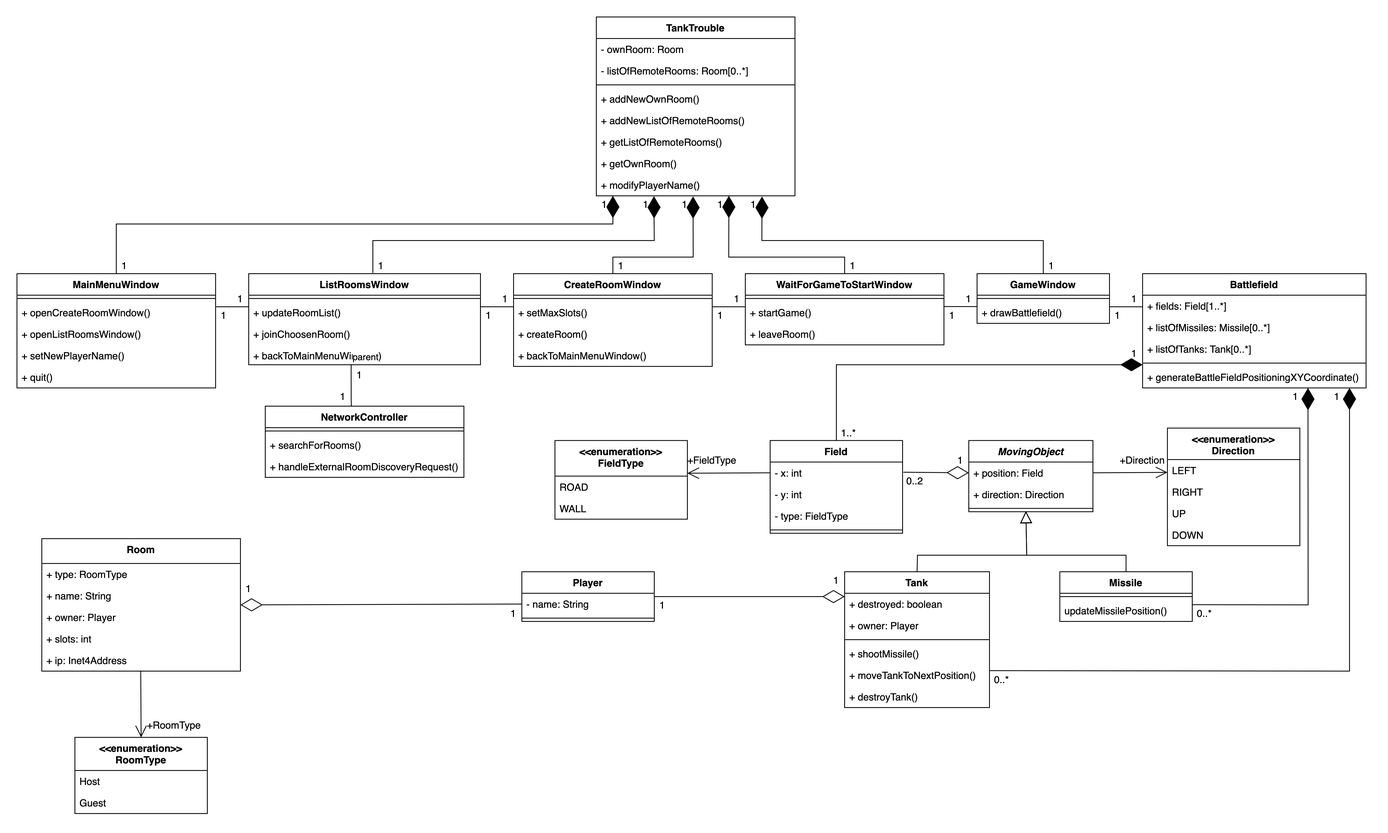
Above: docs/osztalydiagram.png in Residuum22/TankTroubleBME (draw.io), before the change. Source tidied: cells renumbered, new cells last; positions are measured from the earlier drawing's top-left corner, leaving out a move shared by most shapes.
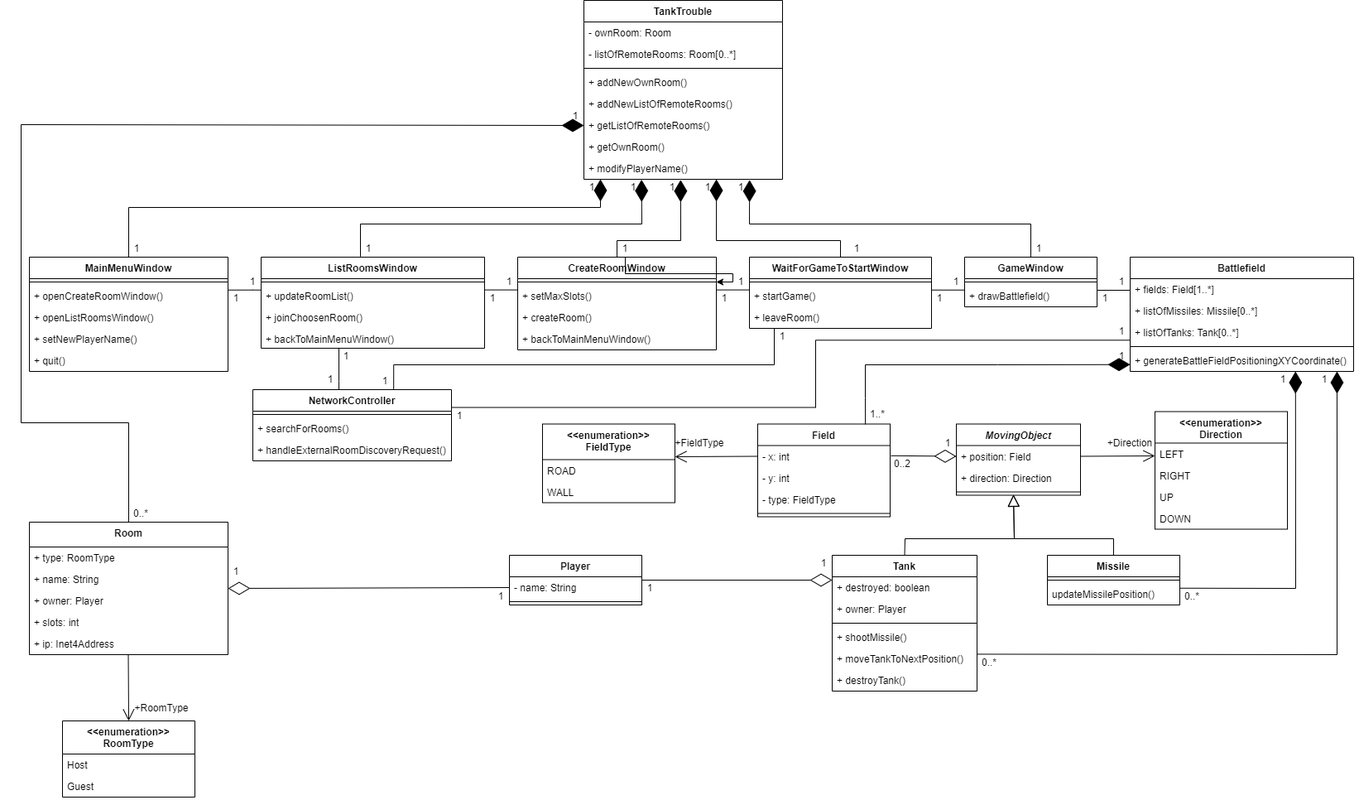
Above is the later version.

The edit, as a diff of the source:
```diff
@@ -3,7 +3,7 @@
     <mxCell id="0" />
     <mxCell id="1" parent="0" />
     <mxCell id="2" value="MainMenuWindow" style="swimlane;fontStyle=1;align=center;verticalAlign=top;horizontal=1;startSize=26;" parent="1" vertex="1">
-      <mxGeometry y="310" width="240" height="138" as="geometry" />
+      <mxGeometry x="30" y="310" width="240" height="138" as="geometry" />
     </mxCell>
     <mxCell id="3" style="line;strokeWidth=1;fillColor=none;align=left;verticalAlign=middle;spacingTop=-1;spacingLeft=3;spacingRight=3;labelPosition=right;" parent="2" vertex="1">
       <mxGeometry y="26" width="240" height="8" as="geometry" />
@@ -21,7 +21,7 @@
       <mxGeometry y="112" width="240" height="26" as="geometry" />
     </mxCell>
     <mxCell id="8" value="CreateRoomWindow" style="swimlane;fontStyle=1;align=center;verticalAlign=top;horizontal=1;startSize=26;" parent="1" vertex="1">
-      <mxGeometry x="600" y="310" width="240" height="112" as="geometry" />
+      <mxGeometry x="620" y="310" width="240" height="112" as="geometry" />
     </mxCell>
     <mxCell id="9" style="line;strokeWidth=1;fillColor=none;align=left;verticalAlign=middle;spacingTop=-1;spacingLeft=3;spacingRight=3;labelPosition=right;points=[];portConstraint=eastwest;" parent="8" vertex="1">
       <mxGeometry y="26" width="240" height="8" as="geometry" />
@@ -36,19 +36,19 @@
       <mxGeometry y="86" width="240" height="26" as="geometry" />
     </mxCell>
     <mxCell id="13" value="ListRoomsWindow" style="swimlane;fontStyle=1;align=center;verticalAlign=top;horizontal=1;startSize=26;" parent="1" vertex="1">
-      <mxGeometry x="280" y="310" width="280" height="110" as="geometry" />
+      <mxGeometry x="310" y="310" width="270" height="110" as="geometry" />
     </mxCell>
     <mxCell id="14" style="line;strokeWidth=1;fillColor=none;align=left;verticalAlign=middle;spacingTop=-1;spacingLeft=3;spacingRight=3;labelPosition=right;" parent="13" vertex="1">
-      <mxGeometry y="26" width="280" height="8" as="geometry" />
+      <mxGeometry y="26" width="270" height="8" as="geometry" />
     </mxCell>
     <mxCell id="15" value="+ updateRoomList()" style="text;strokeColor=none;fillColor=none;align=left;verticalAlign=top;spacingLeft=4;spacingRight=4;overflow=hidden;" parent="13" vertex="1">
-      <mxGeometry y="34" width="280" height="26" as="geometry" />
+      <mxGeometry y="34" width="270" height="26" as="geometry" />
     </mxCell>
     <mxCell id="16" value="+ joinChoosenRoom()" style="text;strokeColor=none;fillColor=none;align=left;verticalAlign=top;spacingLeft=4;spacingRight=4;overflow=hidden;" parent="13" vertex="1">
-      <mxGeometry y="60" width="280" height="26" as="geometry" />
+      <mxGeometry y="60" width="270" height="26" as="geometry" />
     </mxCell>
     <mxCell id="17" value="+ backToMainMenuWindow()" style="text;strokeColor=none;fillColor=none;align=left;verticalAlign=top;spacingLeft=4;spacingRight=4;overflow=hidden;points=[[0,0.5],[1,0.5]];portConstraint=eastwest;" parent="13" vertex="1">
-      <mxGeometry y="86" width="280" height="24" as="geometry" />
+      <mxGeometry y="86" width="270" height="24" as="geometry" />
     </mxCell>
     <mxCell id="18" value="NetworkController" style="swimlane;fontStyle=1;align=center;verticalAlign=top;horizontal=1;startSize=26;" parent="1" vertex="1">
       <mxGeometry x="300" y="470" width="240" height="86" as="geometry" />
@@ -63,16 +63,16 @@
       <mxGeometry y="60" width="240" height="26" as="geometry" />
     </mxCell>
     <mxCell id="22" value="WaitForGameToStartWindow" style="swimlane;fontStyle=1;align=center;verticalAlign=top;horizontal=1;startSize=26;" parent="1" vertex="1">
-      <mxGeometry x="880" y="310" width="240" height="86" as="geometry" />
+      <mxGeometry x="900" y="310" width="220" height="86" as="geometry" />
     </mxCell>
     <mxCell id="23" style="line;strokeWidth=1;fillColor=none;align=left;verticalAlign=middle;spacingTop=-1;spacingLeft=3;spacingRight=3;labelPosition=right;" parent="22" vertex="1">
-      <mxGeometry y="26" width="240" height="8" as="geometry" />
+      <mxGeometry y="26" width="220" height="8" as="geometry" />
     </mxCell>
     <mxCell id="24" value="+ startGame()" style="text;strokeColor=none;fillColor=none;align=left;verticalAlign=top;spacingLeft=4;spacingRight=4;overflow=hidden;" parent="22" vertex="1">
-      <mxGeometry y="34" width="240" height="26" as="geometry" />
+      <mxGeometry y="34" width="220" height="26" as="geometry" />
     </mxCell>
     <mxCell id="25" value="+ leaveRoom()" style="text;strokeColor=none;fillColor=none;align=left;verticalAlign=top;spacingLeft=4;spacingRight=4;overflow=hidden;points=[[0,0.5],[1,0.5]];portConstraint=eastwest;" parent="22" vertex="1">
-      <mxGeometry y="60" width="240" height="26" as="geometry" />
+      <mxGeometry y="60" width="220" height="26" as="geometry" />
     </mxCell>
     <mxCell id="26" value="Room" style="swimlane;fontStyle=1;align=center;verticalAlign=top;horizontal=1;startSize=30;" parent="1" vertex="1">
       <mxGeometry x="30" y="630" width="240" height="160" as="geometry" />
@@ -318,8 +318,9 @@
     <mxCell id="99" value="1" style="text;html=1;strokeColor=none;fillColor=none;align=center;verticalAlign=middle;whiteSpace=wrap;rounded=0;" parent="1" vertex="1">
       <mxGeometry x="1130" y="525" width="20" height="20" as="geometry" />
     </mxCell>
-    <mxCell id="100" style="endArrow=none;html=1;edgeStyle=orthogonalEdgeStyle;rounded=0;exitX=0.442;exitY=0.976;exitDx=0;exitDy=0;exitPerimeter=0;" parent="1" edge="1" source="17">
+    <mxCell id="100" style="endArrow=none;html=1;edgeStyle=orthogonalEdgeStyle;rounded=0;" parent="1" edge="1">
       <mxGeometry relative="1" as="geometry">
+        <mxPoint x="404" y="420" as="sourcePoint" />
         <mxPoint x="404" y="470" as="targetPoint" />
         <Array as="points">
           <mxPoint x="404" y="460" />
@@ -327,13 +328,10 @@
         </Array>
       </mxGeometry>
     </mxCell>
-    <mxCell id="101" value="parent" style="edgeLabel;html=1;align=left;verticalAlign=bottom;" parent="100" vertex="1">
-      <mxGeometry x="-1" relative="1" as="geometry" />
-    </mxCell>
     <mxCell id="102" style="endArrow=diamondThin;endFill=1;endSize=24;html=1;rounded=0;exitX=0.5;exitY=0;exitDx=0;exitDy=0;entryX=0.487;entryY=1.028;entryDx=0;entryDy=0;entryPerimeter=0;" parent="1" edge="1" source="8" target="43">
       <mxGeometry relative="1" as="geometry">
         <Array as="points">
-          <mxPoint x="720" y="290" />
+          <mxPoint x="740" y="290" />
           <mxPoint x="817" y="290" />
         </Array>
       </mxGeometry>
@@ -350,7 +348,7 @@
     <mxCell id="104" style="endArrow=diamondThin;endFill=1;endSize=24;html=1;rounded=0;exitX=0.5;exitY=0;exitDx=0;exitDy=0;entryX=0.667;entryY=1;entryDx=0;entryDy=0;entryPerimeter=0;" parent="1" edge="1" source="22" target="43">
       <mxGeometry relative="1" as="geometry">
         <Array as="points">
-          <mxPoint x="1000" y="290" />
+          <mxPoint x="1010" y="290" />
           <mxPoint x="860" y="290" />
         </Array>
       </mxGeometry>
@@ -366,22 +364,25 @@
     <mxCell id="106" style="endArrow=diamondThin;endFill=1;endSize=24;html=1;rounded=0;exitX=0.5;exitY=0;exitDx=0;exitDy=0;entryX=1;entryY=0;entryDx=0;entryDy=0;" parent="1" edge="1" source="2" target="112">
       <mxGeometry relative="1" as="geometry">
         <Array as="points">
-          <mxPoint x="120" y="250" />
+          <mxPoint x="150" y="250" />
           <mxPoint x="720" y="250" />
         </Array>
       </mxGeometry>
     </mxCell>
+    <mxCell id="143" style="edgeStyle=orthogonalEdgeStyle;rounded=0;jettySize=auto;html=1;" parent="1" edge="1" source="107" target="9">
+      <mxGeometry relative="1" as="geometry" />
+    </mxCell>
     <mxCell id="107" value="1" style="text;html=1;strokeColor=none;fillColor=none;align=center;verticalAlign=middle;whiteSpace=wrap;rounded=0;" parent="1" vertex="1">
-      <mxGeometry x="720" y="290" width="20" height="20" as="geometry" />
+      <mxGeometry x="740" y="290" width="20" height="20" as="geometry" />
     </mxCell>
     <mxCell id="108" value="1" style="text;html=1;strokeColor=none;fillColor=none;align=center;verticalAlign=middle;whiteSpace=wrap;rounded=0;" parent="1" vertex="1">
       <mxGeometry x="430" y="290" width="20" height="20" as="geometry" />
     </mxCell>
     <mxCell id="109" value="1" style="text;html=1;strokeColor=none;fillColor=none;align=center;verticalAlign=middle;whiteSpace=wrap;rounded=0;" parent="1" vertex="1">
-      <mxGeometry x="120" y="290" width="20" height="20" as="geometry" />
+      <mxGeometry x="150" y="290" width="20" height="20" as="geometry" />
     </mxCell>
     <mxCell id="110" value="1" style="text;html=1;strokeColor=none;fillColor=none;align=center;verticalAlign=middle;whiteSpace=wrap;rounded=0;" parent="1" vertex="1">
-      <mxGeometry x="1000" y="290" width="20" height="20" as="geometry" />
+      <mxGeometry x="1020" y="290" width="20" height="20" as="geometry" />
     </mxCell>
     <mxCell id="111" value="1" style="text;html=1;strokeColor=none;fillColor=none;align=center;verticalAlign=middle;whiteSpace=wrap;rounded=0;" parent="1" vertex="1">
       <mxGeometry x="1240" y="290" width="20" height="20" as="geometry" />
@@ -403,20 +404,24 @@
     </mxCell>
     <mxCell id="117" style="endArrow=none;html=1;edgeStyle=orthogonalEdgeStyle;rounded=0;entryX=0;entryY=0.808;entryDx=0;entryDy=0;entryPerimeter=0;" parent="1" edge="1">
       <mxGeometry relative="1" as="geometry">
-        <mxPoint x="560" y="350" as="sourcePoint" />
-        <mxPoint x="600" y="350" as="targetPoint" />
+        <mxPoint x="580" y="349.6" as="sourcePoint" />
+        <mxPoint x="620" y="349.6" as="targetPoint" />
       </mxGeometry>
     </mxCell>
     <mxCell id="118" style="endArrow=none;html=1;edgeStyle=orthogonalEdgeStyle;rounded=0;entryX=0;entryY=0.808;entryDx=0;entryDy=0;entryPerimeter=0;" parent="1" edge="1">
       <mxGeometry relative="1" as="geometry">
-        <mxPoint x="240" y="350" as="sourcePoint" />
-        <mxPoint x="280" y="350" as="targetPoint" />
+        <mxPoint x="270" y="349.7" as="sourcePoint" />
+        <mxPoint x="310" y="349.7" as="targetPoint" />
+        <Array as="points">
+          <mxPoint x="300" y="349.7" />
+          <mxPoint x="300" y="349.7" />
+        </Array>
       </mxGeometry>
     </mxCell>
     <mxCell id="119" style="endArrow=none;html=1;edgeStyle=orthogonalEdgeStyle;rounded=0;entryX=0;entryY=0.808;entryDx=0;entryDy=0;entryPerimeter=0;" parent="1" edge="1">
       <mxGeometry relative="1" as="geometry">
-        <mxPoint x="840" y="350" as="sourcePoint" />
-        <mxPoint x="880" y="350" as="targetPoint" />
+        <mxPoint x="860" y="349.6" as="sourcePoint" />
+        <mxPoint x="900" y="349.6" as="targetPoint" />
       </mxGeometry>
     </mxCell>
     <mxCell id="120" style="endArrow=none;html=1;edgeStyle=orthogonalEdgeStyle;rounded=0;entryX=0;entryY=0.808;entryDx=0;entryDy=0;entryPerimeter=0;" parent="1" edge="1">
@@ -432,10 +437,10 @@
       </mxGeometry>
     </mxCell>
     <mxCell id="122" value="1" style="text;html=1;strokeColor=none;fillColor=none;align=center;verticalAlign=middle;whiteSpace=wrap;rounded=0;" parent="1" vertex="1">
-      <mxGeometry x="840" y="350" width="20" height="20" as="geometry" />
+      <mxGeometry x="860" y="350" width="20" height="20" as="geometry" />
     </mxCell>
     <mxCell id="123" value="1" style="text;html=1;strokeColor=none;fillColor=none;align=center;verticalAlign=middle;whiteSpace=wrap;rounded=0;" parent="1" vertex="1">
-      <mxGeometry x="860" y="330" width="20" height="20" as="geometry" />
+      <mxGeometry x="880" y="330" width="20" height="20" as="geometry" />
     </mxCell>
     <mxCell id="124" value="1" style="text;html=1;strokeColor=none;fillColor=none;align=center;verticalAlign=middle;whiteSpace=wrap;rounded=0;" parent="1" vertex="1">
       <mxGeometry x="1120" y="350" width="20" height="20" as="geometry" />
@@ -444,16 +449,16 @@
       <mxGeometry x="1140" y="330" width="20" height="20" as="geometry" />
     </mxCell>
     <mxCell id="126" value="1" style="text;html=1;strokeColor=none;fillColor=none;align=center;verticalAlign=middle;whiteSpace=wrap;rounded=0;" parent="1" vertex="1">
-      <mxGeometry x="560" y="350" width="20" height="20" as="geometry" />
+      <mxGeometry x="580" y="350" width="20" height="20" as="geometry" />
     </mxCell>
     <mxCell id="127" value="1" style="text;html=1;strokeColor=none;fillColor=none;align=center;verticalAlign=middle;whiteSpace=wrap;rounded=0;" parent="1" vertex="1">
-      <mxGeometry x="580" y="330" width="20" height="20" as="geometry" />
+      <mxGeometry x="600" y="330" width="20" height="20" as="geometry" />
     </mxCell>
     <mxCell id="128" value="1" style="text;html=1;strokeColor=none;fillColor=none;align=center;verticalAlign=middle;whiteSpace=wrap;rounded=0;" parent="1" vertex="1">
-      <mxGeometry x="240" y="350" width="20" height="20" as="geometry" />
+      <mxGeometry x="270" y="350" width="20" height="20" as="geometry" />
     </mxCell>
     <mxCell id="129" value="1" style="text;html=1;strokeColor=none;fillColor=none;align=center;verticalAlign=middle;whiteSpace=wrap;rounded=0;" parent="1" vertex="1">
-      <mxGeometry x="260" y="330" width="20" height="20" as="geometry" />
+      <mxGeometry x="290" y="330" width="20" height="20" as="geometry" />
     </mxCell>
     <mxCell id="130" value="1" style="text;html=1;strokeColor=none;fillColor=none;align=center;verticalAlign=middle;whiteSpace=wrap;rounded=0;" parent="1" vertex="1">
       <mxGeometry x="1320" y="350" width="20" height="20" as="geometry" />
@@ -461,18 +466,20 @@
     <mxCell id="131" value="1" style="text;html=1;strokeColor=none;fillColor=none;align=center;verticalAlign=middle;whiteSpace=wrap;rounded=0;" parent="1" vertex="1">
       <mxGeometry x="1340" y="330" width="20" height="20" as="geometry" />
     </mxCell>
-    <mxCell id="132" style="endArrow=diamondThin;endFill=1;endSize=24;html=1;rounded=0;entryX=0;entryY=0.75;entryDx=0;entryDy=0;entryPerimeter=0;exitX=0.5;exitY=0;exitDx=0;exitDy=0;" parent="1" edge="1" source="70" target="68">
+    <mxCell id="132" style="endArrow=diamondThin;endFill=1;endSize=24;html=1;rounded=0;entryX=0;entryY=0.682;entryDx=0;entryDy=0;entryPerimeter=0;exitX=0.813;exitY=0.003;exitDx=0;exitDy=0;exitPerimeter=0;" parent="1" edge="1" source="70" target="69">
       <mxGeometry relative="1" as="geometry">
         <Array as="points">
-          <mxPoint x="990" y="420" />
+          <mxPoint x="1040" y="480" />
+          <mxPoint x="1040" y="440" />
+          <mxPoint x="1200" y="440" />
         </Array>
       </mxGeometry>
     </mxCell>
     <mxCell id="133" value="1..*" style="text;html=1;strokeColor=none;fillColor=none;align=center;verticalAlign=middle;whiteSpace=wrap;rounded=0;" parent="1" vertex="1">
-      <mxGeometry x="990" y="491.5" width="30" height="20" as="geometry" />
+      <mxGeometry x="1040" y="490" width="30" height="20" as="geometry" />
     </mxCell>
     <mxCell id="134" value="1" style="text;html=1;strokeColor=none;fillColor=none;align=center;verticalAlign=middle;whiteSpace=wrap;rounded=0;" parent="1" vertex="1">
-      <mxGeometry x="1340" y="396" width="20" height="20" as="geometry" />
+      <mxGeometry x="1340" y="420" width="20" height="20" as="geometry" />
     </mxCell>
     <mxCell id="135" style="endArrow=diamondThin;endFill=1;endSize=24;html=1;rounded=0;entryX=0.74;entryY=1;entryDx=0;entryDy=0;entryPerimeter=0;exitX=0.999;exitY=0.22;exitDx=0;exitDy=0;exitPerimeter=0;" parent="1" edge="1" source="63" target="69">
       <mxGeometry relative="1" as="geometry">
@@ -502,10 +509,54 @@
       <mxGeometry x="1580" y="448" width="30" height="20" as="geometry" />
     </mxCell>
     <mxCell id="141" value="1" style="text;html=1;strokeColor=none;fillColor=none;align=center;verticalAlign=middle;whiteSpace=wrap;rounded=0;" parent="1" vertex="1">
-      <mxGeometry x="404" y="422" width="20" height="20" as="geometry" />
+      <mxGeometry x="403" y="420" width="20" height="20" as="geometry" />
     </mxCell>
     <mxCell id="142" value="1" style="text;html=1;strokeColor=none;fillColor=none;align=center;verticalAlign=middle;whiteSpace=wrap;rounded=0;" parent="1" vertex="1">
       <mxGeometry x="384" y="448" width="20" height="20" as="geometry" />
     </mxCell>
+    <mxCell id="144" style="endArrow=none;html=1;edgeStyle=orthogonalEdgeStyle;rounded=0;entryX=0.208;entryY=1.002;entryDx=0;entryDy=0;entryPerimeter=0;exitX=0.709;exitY=-0.001;exitDx=0;exitDy=0;exitPerimeter=0;" parent="1" edge="1" source="18" target="25">
+      <mxGeometry relative="1" as="geometry">
+        <Array as="points">
+          <mxPoint x="470" y="440" />
+          <mxPoint x="930" y="440" />
+        </Array>
+      </mxGeometry>
+    </mxCell>
+    <mxCell id="145" value="1" style="text;html=1;strokeColor=none;fillColor=none;align=center;verticalAlign=middle;whiteSpace=wrap;rounded=0;" parent="1" vertex="1">
+      <mxGeometry x="450" y="450" width="20" height="20" as="geometry" />
+    </mxCell>
+    <mxCell id="146" value="1" style="text;html=1;strokeColor=none;fillColor=none;align=center;verticalAlign=middle;whiteSpace=wrap;rounded=0;" parent="1" vertex="1">
+      <mxGeometry x="930" y="396" width="20" height="20" as="geometry" />
+    </mxCell>
+    <mxCell id="147" style="endArrow=none;html=1;edgeStyle=orthogonalEdgeStyle;rounded=0;entryX=-0.001;entryY=0.858;entryDx=0;entryDy=0;entryPerimeter=0;" parent="1" edge="1" target="67">
+      <mxGeometry relative="1" as="geometry">
+        <mxPoint x="540.1" y="491.5" as="sourcePoint" />
+        <Array as="points">
+          <mxPoint x="980" y="492" />
+          <mxPoint x="980" y="410" />
+        </Array>
+      </mxGeometry>
+    </mxCell>
+    <mxCell id="148" value="1" style="text;html=1;strokeColor=none;fillColor=none;align=center;verticalAlign=middle;whiteSpace=wrap;rounded=0;" parent="1" vertex="1">
+      <mxGeometry x="540" y="491.5" width="20" height="20" as="geometry" />
+    </mxCell>
+    <mxCell id="149" value="1" style="text;html=1;strokeColor=none;fillColor=none;align=center;verticalAlign=middle;whiteSpace=wrap;rounded=0;" parent="1" vertex="1">
+      <mxGeometry x="1340" y="390" width="20" height="20" as="geometry" />
+    </mxCell>
+    <mxCell id="150" style="endArrow=diamondThin;endFill=1;endSize=24;html=1;rounded=0;exitX=0.5;exitY=0;exitDx=0;exitDy=0;entryX=0;entryY=0.5;entryDx=0;entryDy=0;" parent="1" edge="1" source="26" target="41">
+      <mxGeometry relative="1" as="geometry">
+        <Array as="points">
+          <mxPoint x="150" y="510" />
+          <mxPoint x="20" y="510" />
+          <mxPoint x="20" y="150" />
+        </Array>
+      </mxGeometry>
+    </mxCell>
+    <mxCell id="151" value="1" style="text;html=1;strokeColor=none;fillColor=none;align=center;verticalAlign=middle;whiteSpace=wrap;rounded=0;" parent="1" vertex="1">
+      <mxGeometry x="680" y="130" width="20" height="20" as="geometry" />
+    </mxCell>
+    <mxCell id="152" value="0..*" style="text;html=1;strokeColor=none;fillColor=none;align=center;verticalAlign=middle;whiteSpace=wrap;rounded=0;" parent="1" vertex="1">
+      <mxGeometry x="150" y="610" width="30" height="20" as="geometry" />
+    </mxCell>
   </root>
 </mxGraphModel>
```
